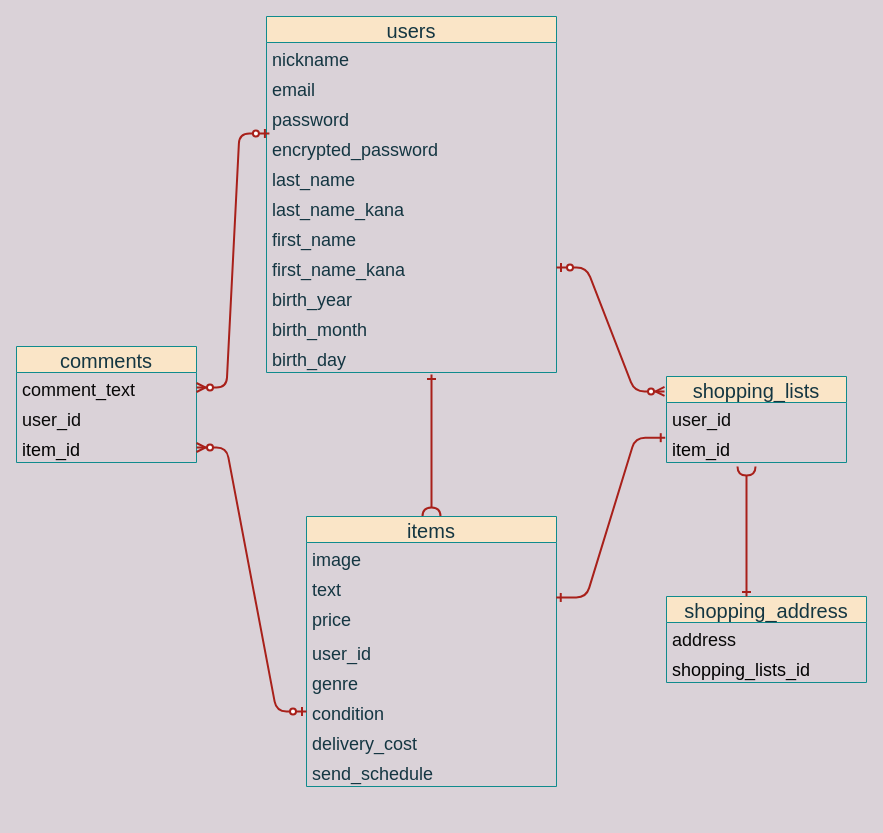
Earlier version of the draw.io diagram furima.dio (rieco-y/furima-36883). Source tidied: cells renumbered, new cells numbered last; positions are measured from the earlier drawing's top-left corner, leaving out a move shared by most shapes. Both pictures are drawn from the tidied source at 100%, with x=0, y=0 at pixel (16, 16).
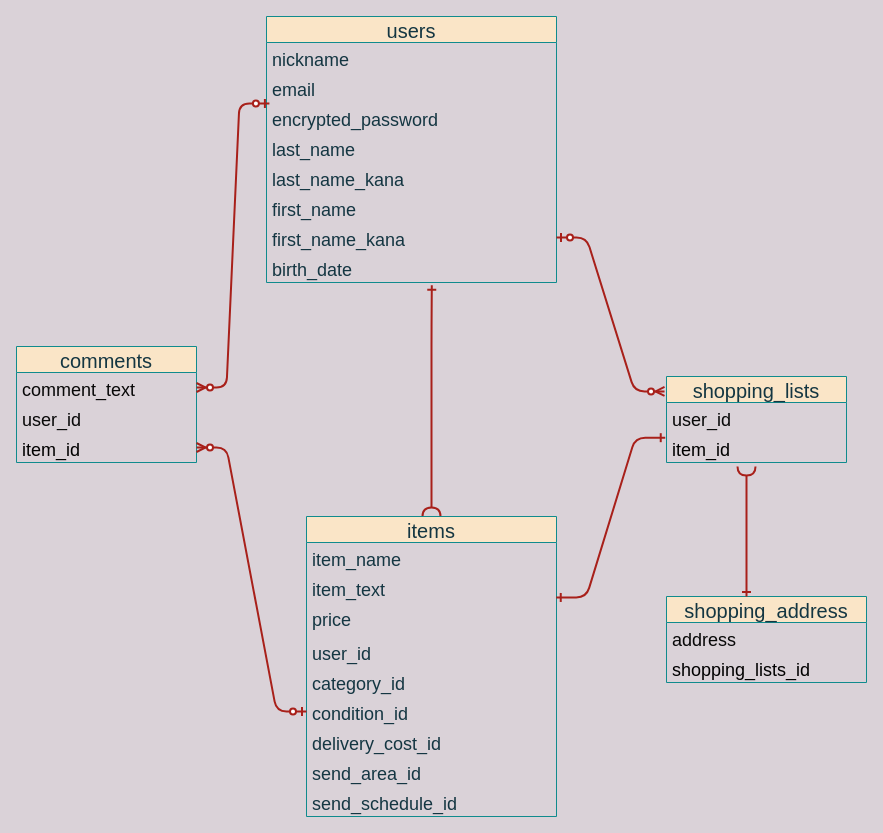
The same diagram, later.

What changed in the source:
```diff
@@
     <mxCell id="2" value="users" style="swimlane;fontStyle=0;horizontal=1;startSize=26;align=center;fontSize=20;fillColor=#FAE5C7;strokeColor=#0F8B8D;fontColor=#143642;" parent="1" vertex="1">
-      <mxGeometry x="250" width="290" height="356" as="geometry" />
+      <mxGeometry x="250" width="290" height="266" as="geometry" />
     </mxCell>
@@
-    <mxCell id="5" value="password" style="text;strokeColor=none;fillColor=none;spacingLeft=4;spacingRight=4;overflow=hidden;fontSize=18;fontColor=#143642;" parent="2" vertex="1">
-      <mxGeometry y="86" width="290" height="30" as="geometry" />
-    </mxCell>
     <mxCell id="6" value="encrypted_password" style="text;strokeColor=none;fillColor=none;spacingLeft=4;spacingRight=4;overflow=hidden;points=[[0,0.5],[1,0.5]];portConstraint=eastwest;fontSize=18;fontColor=#143642;" parent="2" vertex="1">
-      <mxGeometry y="116" width="290" height="30" as="geometry" />
+      <mxGeometry y="86" width="290" height="30" as="geometry" />
     </mxCell>
     <mxCell id="7" value="last_name" style="text;strokeColor=none;fillColor=none;spacingLeft=4;spacingRight=4;overflow=hidden;fontSize=18;fontColor=#143642;" parent="2" vertex="1">
-      <mxGeometry y="146" width="290" height="30" as="geometry" />
+      <mxGeometry y="116" width="290" height="30" as="geometry" />
     </mxCell>
     <mxCell id="8" value="last_name_kana " style="text;strokeColor=none;fillColor=none;spacingLeft=4;spacingRight=4;overflow=hidden;fontSize=18;fontColor=#143642;" parent="2" vertex="1">
-      <mxGeometry y="176" width="290" height="30" as="geometry" />
+      <mxGeometry y="146" width="290" height="30" as="geometry" />
     </mxCell>
     <mxCell id="9" value="first_name" style="text;strokeColor=none;fillColor=none;spacingLeft=4;spacingRight=4;overflow=hidden;fontSize=18;fontColor=#143642;" parent="2" vertex="1">
-      <mxGeometry y="206" width="290" height="30" as="geometry" />
+      <mxGeometry y="176" width="290" height="30" as="geometry" />
     </mxCell>
     <mxCell id="10" value="first_name_kana" style="text;strokeColor=none;fillColor=none;spacingLeft=4;spacingRight=4;overflow=hidden;points=[[0,0.5],[1,0.5]];portConstraint=eastwest;fontSize=18;fontColor=#143642;" parent="2" vertex="1">
-      <mxGeometry y="236" width="290" height="30" as="geometry" />
+      <mxGeometry y="206" width="290" height="30" as="geometry" />
     </mxCell>
-    <mxCell id="11" value="birth_year" style="text;strokeColor=none;fillColor=none;spacingLeft=4;spacingRight=4;overflow=hidden;points=[[0,0.5],[1,0.5]];portConstraint=eastwest;fontSize=18;fontColor=#143642;" parent="2" vertex="1">
-      <mxGeometry y="266" width="290" height="30" as="geometry" />
+    <mxCell id="11" value="birth_date" style="text;strokeColor=none;fillColor=none;spacingLeft=4;spacingRight=4;overflow=hidden;points=[[0,0.5],[1,0.5]];portConstraint=eastwest;fontSize=18;fontColor=#143642;" parent="2" vertex="1">
+      <mxGeometry y="236" width="290" height="30" as="geometry" />
     </mxCell>
-    <mxCell id="12" value="birth_month " style="text;strokeColor=none;fillColor=none;spacingLeft=4;spacingRight=4;overflow=hidden;fontSize=18;fontColor=#143642;" parent="2" vertex="1">
-      <mxGeometry y="296" width="290" height="30" as="geometry" />
-    </mxCell>
-    <mxCell id="13" value="birth_day " style="text;strokeColor=none;fillColor=none;spacingLeft=4;spacingRight=4;overflow=hidden;points=[[0,0.5],[1,0.5]];portConstraint=eastwest;fontSize=18;fontColor=#143642;" parent="2" vertex="1">
-      <mxGeometry y="326" width="290" height="30" as="geometry" />
-    </mxCell>
-    <mxCell id="14" style="edgeStyle=orthogonalEdgeStyle;curved=0;rounded=1;sketch=0;jettySize=auto;html=1;exitX=0.5;exitY=0;exitDx=0;exitDy=0;fontSize=18;fontColor=#000000;startArrow=halfCircle;startFill=0;endArrow=ERone;endFill=0;strokeColor=#A8201A;strokeWidth=2;fillColor=#FAE5C7;entryX=0.569;entryY=1.067;entryDx=0;entryDy=0;entryPerimeter=0;" parent="1" edge="1" source="15" target="13">
+    <mxCell id="14" style="edgeStyle=orthogonalEdgeStyle;curved=0;rounded=1;sketch=0;jettySize=auto;html=1;exitX=0.5;exitY=0;exitDx=0;exitDy=0;fontSize=18;fontColor=#000000;startArrow=halfCircle;startFill=0;endArrow=ERone;endFill=0;strokeColor=#A8201A;strokeWidth=2;fillColor=#FAE5C7;entryX=0.57;entryY=1.094;entryDx=0;entryDy=0;entryPerimeter=0;" parent="1" edge="1" source="15" target="11">
       <mxGeometry relative="1" as="geometry">
         <Array as="points">
-          <mxPoint x="415" y="410" />
-          <mxPoint x="415" y="410" />
+          <mxPoint x="415" y="320" />
+          <mxPoint x="415" y="320" />
         </Array>
       </mxGeometry>
     </mxCell>
     <mxCell id="15" value="items" style="swimlane;fontStyle=0;horizontal=1;startSize=26;align=center;fontSize=20;fillColor=#FAE5C7;strokeColor=#0F8B8D;fontColor=#143642;" parent="1" vertex="1">
-      <mxGeometry x="290" y="500" width="250" height="270" as="geometry" />
+      <mxGeometry x="290" y="500" width="250" height="300" as="geometry" />
     </mxCell>
-    <mxCell id="16" value="image" style="text;strokeColor=none;fillColor=none;spacingLeft=4;spacingRight=4;overflow=hidden;fontSize=18;fontColor=#143642;" parent="15" vertex="1">
+    <mxCell id="16" value="item_name" style="text;strokeColor=none;fillColor=none;spacingLeft=4;spacingRight=4;overflow=hidden;fontSize=18;fontColor=#143642;" parent="15" vertex="1">
       <mxGeometry y="26" width="250" height="30" as="geometry" />
     </mxCell>
-    <mxCell id="17" value="text" style="text;strokeColor=none;fillColor=none;spacingLeft=4;spacingRight=4;overflow=hidden;points=[[0,0.5],[1,0.5]];portConstraint=eastwest;fontSize=18;fontColor=#143642;" parent="15" vertex="1">
+    <mxCell id="17" value="item_text" style="text;strokeColor=none;fillColor=none;spacingLeft=4;spacingRight=4;overflow=hidden;points=[[0,0.5],[1,0.5]];portConstraint=eastwest;fontSize=18;fontColor=#143642;" parent="15" vertex="1">
       <mxGeometry y="56" width="250" height="30" as="geometry" />
     </mxCell>
@@
-    <mxCell id="20" value="genre" style="text;strokeColor=none;fillColor=none;spacingLeft=4;spacingRight=4;overflow=hidden;fontSize=18;fontColor=#143642;" parent="15" vertex="1">
+    <mxCell id="20" value="category_id" style="text;strokeColor=none;fillColor=none;spacingLeft=4;spacingRight=4;overflow=hidden;fontSize=18;fontColor=#143642;" parent="15" vertex="1">
       <mxGeometry y="150" width="250" height="30" as="geometry" />
     </mxCell>
-    <mxCell id="21" value="condition" style="text;strokeColor=none;fillColor=none;spacingLeft=4;spacingRight=4;overflow=hidden;points=[[0,0.5],[1,0.5]];portConstraint=eastwest;fontSize=18;fontColor=#143642;" parent="15" vertex="1">
+    <mxCell id="21" value="condition_id " style="text;strokeColor=none;fillColor=none;spacingLeft=4;spacingRight=4;overflow=hidden;points=[[0,0.5],[1,0.5]];portConstraint=eastwest;fontSize=18;fontColor=#143642;" parent="15" vertex="1">
       <mxGeometry y="180" width="250" height="30" as="geometry" />
     </mxCell>
-    <mxCell id="22" value="delivery_cost" style="text;strokeColor=none;fillColor=none;spacingLeft=4;spacingRight=4;overflow=hidden;fontSize=18;fontColor=#143642;" parent="15" vertex="1">
+    <mxCell id="22" value="delivery_cost_id " style="text;strokeColor=none;fillColor=none;spacingLeft=4;spacingRight=4;overflow=hidden;fontSize=18;fontColor=#143642;" parent="15" vertex="1">
       <mxGeometry y="210" width="250" height="30" as="geometry" />
     </mxCell>
+    <mxCell id="39" value="send_area_id " style="text;strokeColor=none;fillColor=none;spacingLeft=4;spacingRight=4;overflow=hidden;fontSize=18;fontColor=#143642;" parent="15" vertex="1">
+      <mxGeometry y="240" width="250" height="30" as="geometry" />
+    </mxCell>
-    <mxCell id="23" value="send_schedule" style="text;strokeColor=none;fillColor=none;spacingLeft=4;spacingRight=4;overflow=hidden;fontSize=18;fontColor=#143642;" parent="15" vertex="1">
-      <mxGeometry y="240" width="250" height="30" as="geometry" />
+    <mxCell id="23" value="send_schedule_id" style="text;strokeColor=none;fillColor=none;spacingLeft=4;spacingRight=4;overflow=hidden;fontSize=18;fontColor=#143642;" parent="15" vertex="1">
+      <mxGeometry y="270" width="250" height="30" as="geometry" />
     </mxCell>
```
